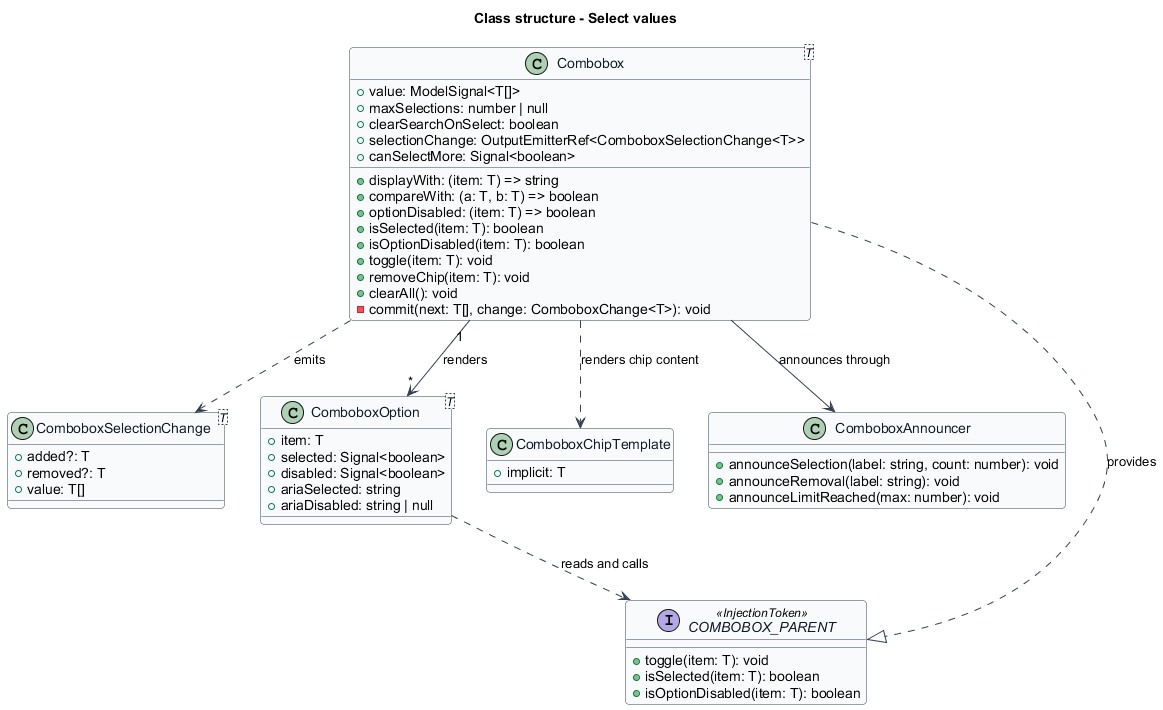
The PlantUML diagram docs/detailed-designs/combobox/select-values/diagrams/class-structure.png in QuinntyneBrown/Tessera, before a commit.
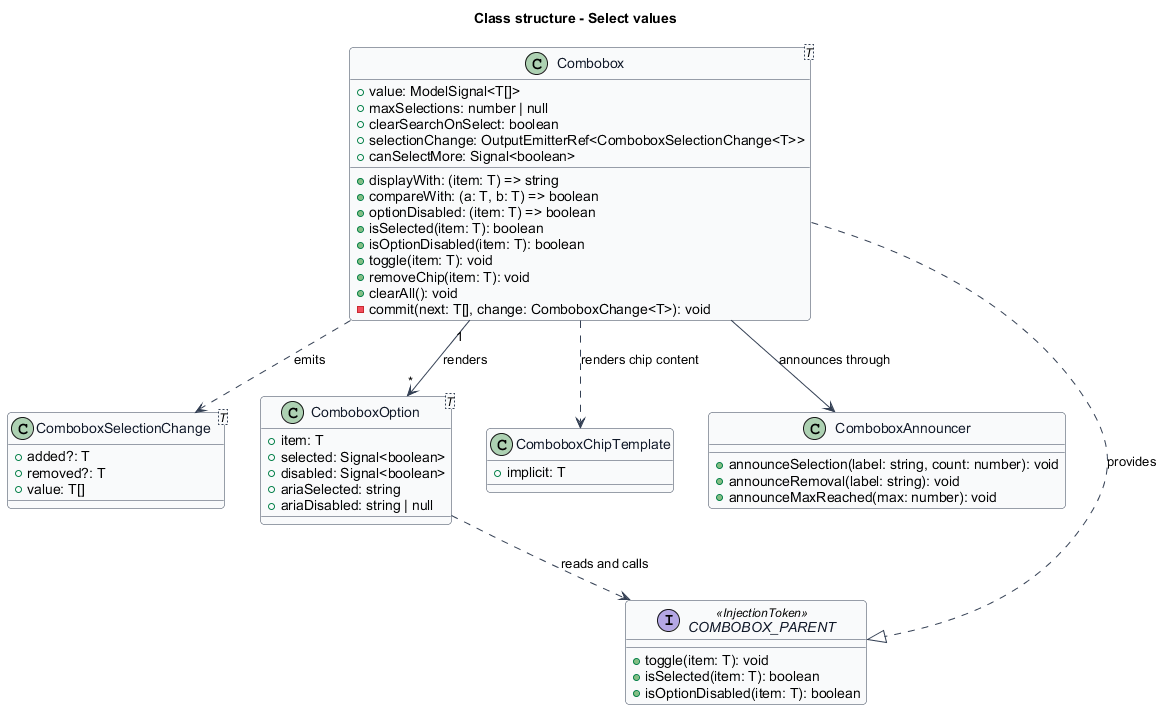
The same diagram one commit later.

What changed in the source:
```diff
@@ -49,7 +49,7 @@
 class ComboboxAnnouncer {
   +announceSelection(label: string, count: number): void
   +announceRemoval(label: string): void
-  +announceLimitReached(max: number): void
+  +announceMaxReached(max: number): void
 }
 
 interface COMBOBOX_PARENT <<InjectionToken>> {
```
